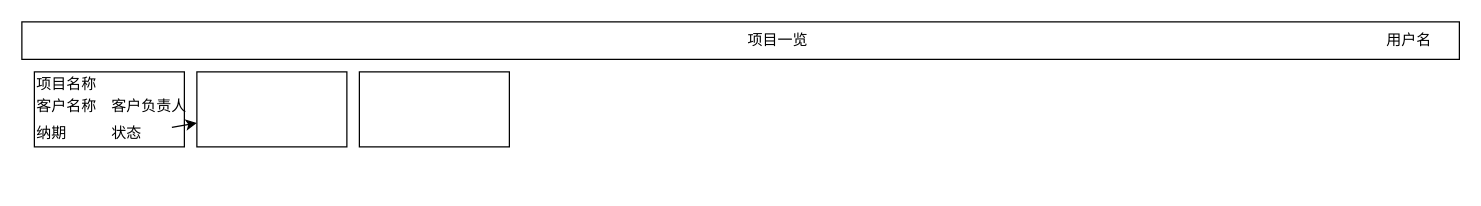
Earlier version of the draw.io diagram page "pm-projects" (2 of 4) of project-in-action/software-develop-management-system/doc/design/ui/sdms.drawio (callistoctopus/project-all-in-one). Source tidied: cells renumbered, new cells numbered last; positions are measured from the earlier drawing's top-left corner, leaving out a move shared by most shapes. Both pictures are drawn from the tidied source at 125%, with x=0, y=0 at pixel (21, 21).
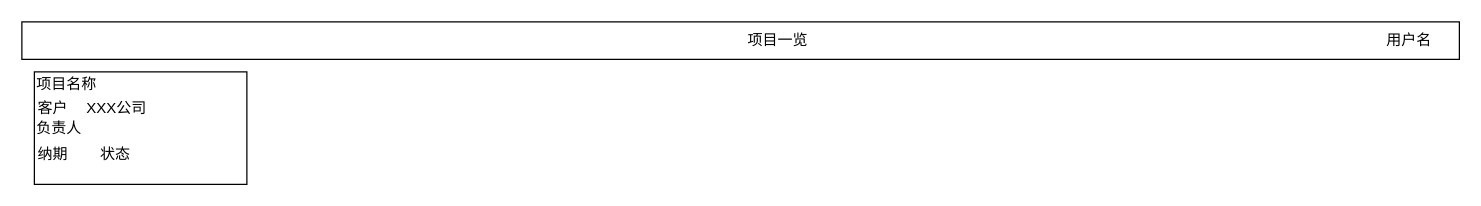
The same page after the edit.

The edit, as a diff of the source:
```diff
@@
 <mxGraphModel>
   <root>
     <mxCell id="0" />
     <mxCell id="1" parent="0" />
     <mxCell id="2" style="rounded=0;whiteSpace=wrap;html=1;" parent="1" vertex="1">
       <mxGeometry width="1150" height="30" as="geometry" />
     </mxCell>
     <mxCell id="3" style="rounded=0;whiteSpace=wrap;html=1;" parent="1" vertex="1">
-      <mxGeometry x="10" y="40" width="120" height="60" as="geometry" />
+      <mxGeometry x="10" y="40" width="170" height="90" as="geometry" />
     </mxCell>
-    <mxCell id="4" style="rounded=0;whiteSpace=wrap;html=1;" parent="1" vertex="1">
-      <mxGeometry x="140" y="40" width="120" height="60" as="geometry" />
-    </mxCell>
-    <mxCell id="5" style="rounded=0;whiteSpace=wrap;html=1;" parent="1" vertex="1">
-      <mxGeometry x="270" y="40" width="120" height="60" as="geometry" />
-    </mxCell>
     <mxCell id="6" value="项目一览" style="text;html=1;strokeColor=none;fillColor=none;align=center;verticalAlign=middle;whiteSpace=wrap;rounded=0;" parent="1" vertex="1">
       <mxGeometry x="530" y="5" width="150" height="20" as="geometry" />
     </mxCell>
     <mxCell id="7" value="用户名" style="text;html=1;strokeColor=none;fillColor=none;align=center;verticalAlign=middle;whiteSpace=wrap;rounded=0;" parent="1" vertex="1">
       <mxGeometry x="1090" y="5" width="40" height="20" as="geometry" />
     </mxCell>
     <mxCell id="8" value="项目名称" style="text;html=1;strokeColor=none;fillColor=none;align=left;verticalAlign=middle;whiteSpace=wrap;rounded=0;" parent="1" vertex="1">
       <mxGeometry x="10" y="40" width="120" height="20" as="geometry" />
     </mxCell>
-    <mxCell id="9" value="客户名称" style="text;html=1;strokeColor=none;fillColor=none;align=left;verticalAlign=middle;whiteSpace=wrap;rounded=0;" parent="1" vertex="1">
-      <mxGeometry x="10" y="58" width="60" height="20" as="geometry" />
+    <mxCell id="9" value="XXX公司" style="text;html=1;strokeColor=none;fillColor=none;align=left;verticalAlign=middle;whiteSpace=wrap;rounded=0;" parent="1" vertex="1">
+      <mxGeometry x="50" y="59" width="60" height="20" as="geometry" />
     </mxCell>
-    <mxCell id="10" value="客户负责人" style="text;html=1;strokeColor=none;fillColor=none;align=left;verticalAlign=middle;whiteSpace=wrap;rounded=0;" parent="1" vertex="1">
-      <mxGeometry x="70" y="58" width="70" height="20" as="geometry" />
+    <mxCell id="10" value="负责人" style="text;html=1;strokeColor=none;fillColor=none;align=left;verticalAlign=middle;whiteSpace=wrap;rounded=0;" parent="1" vertex="1">
+      <mxGeometry x="10" y="75" width="40" height="20" as="geometry" />
     </mxCell>
     <mxCell id="11" value="纳期" style="text;html=1;strokeColor=none;fillColor=none;align=left;verticalAlign=middle;whiteSpace=wrap;rounded=0;" parent="1" vertex="1">
-      <mxGeometry x="10" y="78" width="50" height="22" as="geometry" />
+      <mxGeometry x="11" y="95" width="50" height="22" as="geometry" />
     </mxCell>
-    <mxCell id="12" style="edgeStyle=none;html=1;" parent="1" edge="1" source="13" target="4">
-      <mxGeometry relative="1" as="geometry" />
-    </mxCell>
     <mxCell id="13" value="状态" style="text;html=1;strokeColor=none;fillColor=none;align=left;verticalAlign=middle;whiteSpace=wrap;rounded=0;" parent="1" vertex="1">
-      <mxGeometry x="70" y="78" width="50" height="22" as="geometry" />
+      <mxGeometry x="61" y="95" width="50" height="22" as="geometry" />
     </mxCell>
+    <mxCell id="14" value="客户" style="text;html=1;strokeColor=none;fillColor=none;align=left;verticalAlign=middle;whiteSpace=wrap;rounded=0;" parent="1" vertex="1">
+      <mxGeometry x="11" y="59" width="40" height="20" as="geometry" />
+    </mxCell>
   </root>
 </mxGraphModel>
```
